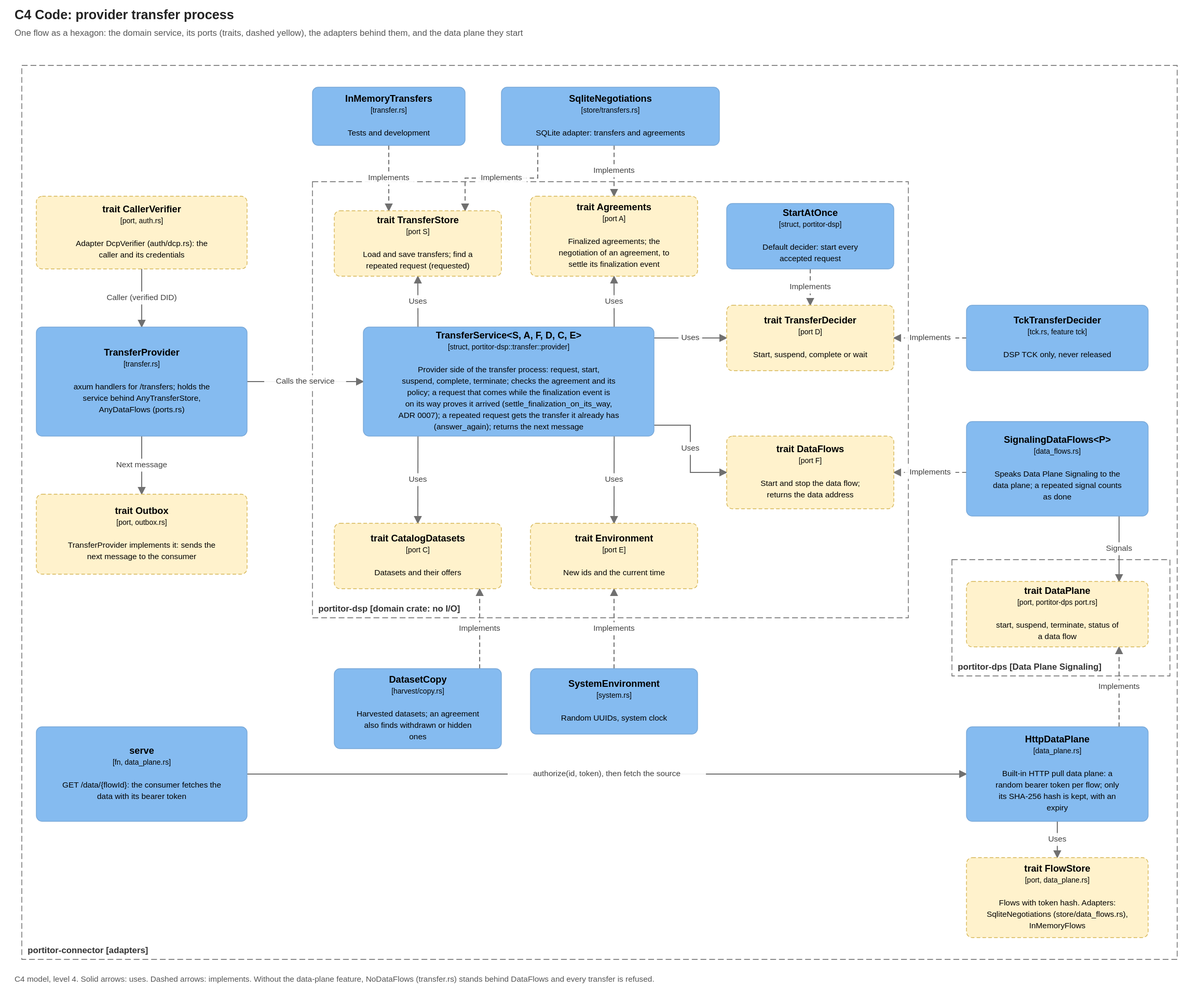
brunopacheco1/portitor keeps this draw.io diagram as docs/diagrams/c4-transfer-code.drawio.svg. Above is the earlier version. Source tidied: cells renumbered, new cells last; positions are measured from the earlier drawing's top-left corner, leaving out a move shared by most shapes.
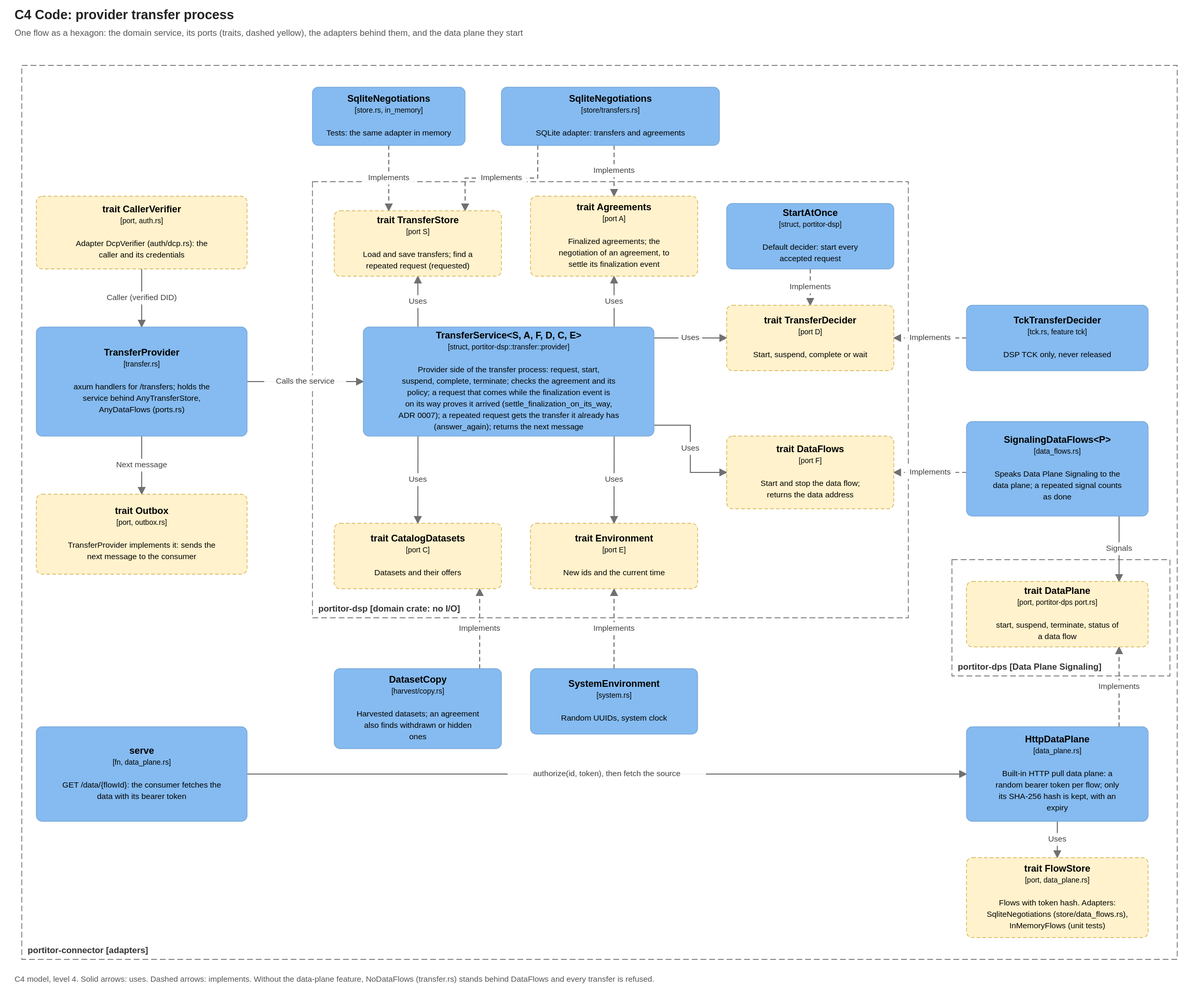
After the change.

What changed in the source:
```diff
@@ -35,7 +35,7 @@
     <mxCell id="12" value="&lt;b&gt;trait DataFlows&lt;/b&gt;&lt;br&gt;&lt;font style=&quot;font-size:10px&quot;&gt;[port F]&lt;/font&gt;&lt;br&gt;&lt;br&gt;&lt;font style=&quot;font-size:11px&quot;&gt;Start and stop the data flow; returns the data address&lt;/font&gt;" style="rounded=1;arcSize=8;dashed=1;whiteSpace=wrap;html=1;fillColor=#FFF2CC;strokeColor=#D6B656;fontColor=#000000;fontSize=13;align=center;verticalAlign=middle;c4Kind=port;c4Name=trait DataFlows;" parent="1" vertex="1">
       <mxGeometry x="980" y="510" width="230" height="100" as="geometry" />
     </mxCell>
-    <mxCell id="13" value="&lt;b&gt;InMemoryTransfers&lt;/b&gt;&lt;br&gt;&lt;font style=&quot;font-size:10px&quot;&gt;[transfer.rs]&lt;/font&gt;&lt;br&gt;&lt;br&gt;&lt;font style=&quot;font-size:11px&quot;&gt;Tests and development&lt;/font&gt;" style="rounded=1;arcSize=8;whiteSpace=wrap;html=1;fillColor=#85BBF0;strokeColor=#78A8D8;fontColor=#000000;fontSize=13;align=center;verticalAlign=middle;c4Kind=component;c4Name=InMemoryTransfers;" parent="1" vertex="1">
+    <mxCell id="13" value="&lt;b&gt;SqliteNegotiations&lt;/b&gt;&lt;br&gt;&lt;font style=&quot;font-size:10px&quot;&gt;[store.rs, in_memory]&lt;/font&gt;&lt;br&gt;&lt;br&gt;&lt;font style=&quot;font-size:11px&quot;&gt;Tests: the same adapter in memory&lt;/font&gt;" style="rounded=1;arcSize=8;whiteSpace=wrap;html=1;fillColor=#85BBF0;strokeColor=#78A8D8;fontColor=#000000;fontSize=13;align=center;verticalAlign=middle;c4Kind=component;c4Name=SqliteNegotiations;" parent="1" vertex="1">
       <mxGeometry x="410" y="30" width="210" height="80" as="geometry" />
     </mxCell>
     <mxCell id="14" value="&lt;b&gt;SqliteNegotiations&lt;/b&gt;&lt;br&gt;&lt;font style=&quot;font-size:10px&quot;&gt;[store/transfers.rs]&lt;/font&gt;&lt;br&gt;&lt;br&gt;&lt;font style=&quot;font-size:11px&quot;&gt;SQLite adapter: transfers and agreements&lt;/font&gt;" style="rounded=1;arcSize=8;whiteSpace=wrap;html=1;fillColor=#85BBF0;strokeColor=#78A8D8;fontColor=#000000;fontSize=13;align=center;verticalAlign=middle;c4Kind=component;c4Name=SqliteNegotiations;" parent="1" vertex="1">
@@ -59,7 +59,7 @@
     <mxCell id="20" value="&lt;b&gt;HttpDataPlane&lt;/b&gt;&lt;br&gt;&lt;font style=&quot;font-size:10px&quot;&gt;[data_plane.rs]&lt;/font&gt;&lt;br&gt;&lt;br&gt;&lt;font style=&quot;font-size:11px&quot;&gt;Built-in HTTP pull data plane: a random bearer token per flow; only its SHA-256 hash is kept, with an expiry&lt;/font&gt;" style="rounded=1;arcSize=8;whiteSpace=wrap;html=1;fillColor=#85BBF0;strokeColor=#78A8D8;fontColor=#000000;fontSize=13;align=center;verticalAlign=middle;c4Kind=component;c4Name=HttpDataPlane;" parent="1" vertex="1">
       <mxGeometry x="1310" y="910" width="250" height="130" as="geometry" />
     </mxCell>
-    <mxCell id="21" value="&lt;b&gt;trait FlowStore&lt;/b&gt;&lt;br&gt;&lt;font style=&quot;font-size:10px&quot;&gt;[port, data_plane.rs]&lt;/font&gt;&lt;br&gt;&lt;br&gt;&lt;font style=&quot;font-size:11px&quot;&gt;Flows with token hash. Adapters: SqliteNegotiations (store/data_flows.rs), InMemoryFlows&lt;/font&gt;" style="rounded=1;arcSize=8;dashed=1;whiteSpace=wrap;html=1;fillColor=#FFF2CC;strokeColor=#D6B656;fontColor=#000000;fontSize=13;align=center;verticalAlign=middle;c4Kind=port;c4Name=trait FlowStore;" parent="1" vertex="1">
+    <mxCell id="21" value="&lt;b&gt;trait FlowStore&lt;/b&gt;&lt;br&gt;&lt;font style=&quot;font-size:10px&quot;&gt;[port, data_plane.rs]&lt;/font&gt;&lt;br&gt;&lt;br&gt;&lt;font style=&quot;font-size:11px&quot;&gt;Flows with token hash. Adapters: SqliteNegotiations (store/data_flows.rs), InMemoryFlows (unit tests)&lt;/font&gt;" style="rounded=1;arcSize=8;dashed=1;whiteSpace=wrap;html=1;fillColor=#FFF2CC;strokeColor=#D6B656;fontColor=#000000;fontSize=13;align=center;verticalAlign=middle;c4Kind=port;c4Name=trait FlowStore;" parent="1" vertex="1">
       <mxGeometry x="1310" y="1090" width="250" height="110" as="geometry" />
     </mxCell>
     <mxCell id="22" value="&lt;b&gt;TransferProvider&lt;/b&gt;&lt;br&gt;&lt;font style=&quot;font-size:10px&quot;&gt;[transfer.rs]&lt;/font&gt;&lt;br&gt;&lt;br&gt;&lt;font style=&quot;font-size:11px&quot;&gt;axum handlers for /transfers; holds the service behind AnyTransferStore, AnyDataFlows (ports.rs)&lt;/font&gt;" style="rounded=1;arcSize=8;whiteSpace=wrap;html=1;fillColor=#85BBF0;strokeColor=#78A8D8;fontColor=#000000;fontSize=13;align=center;verticalAlign=middle;c4Kind=component;c4Name=TransferProvider;" parent="1" vertex="1">
```
